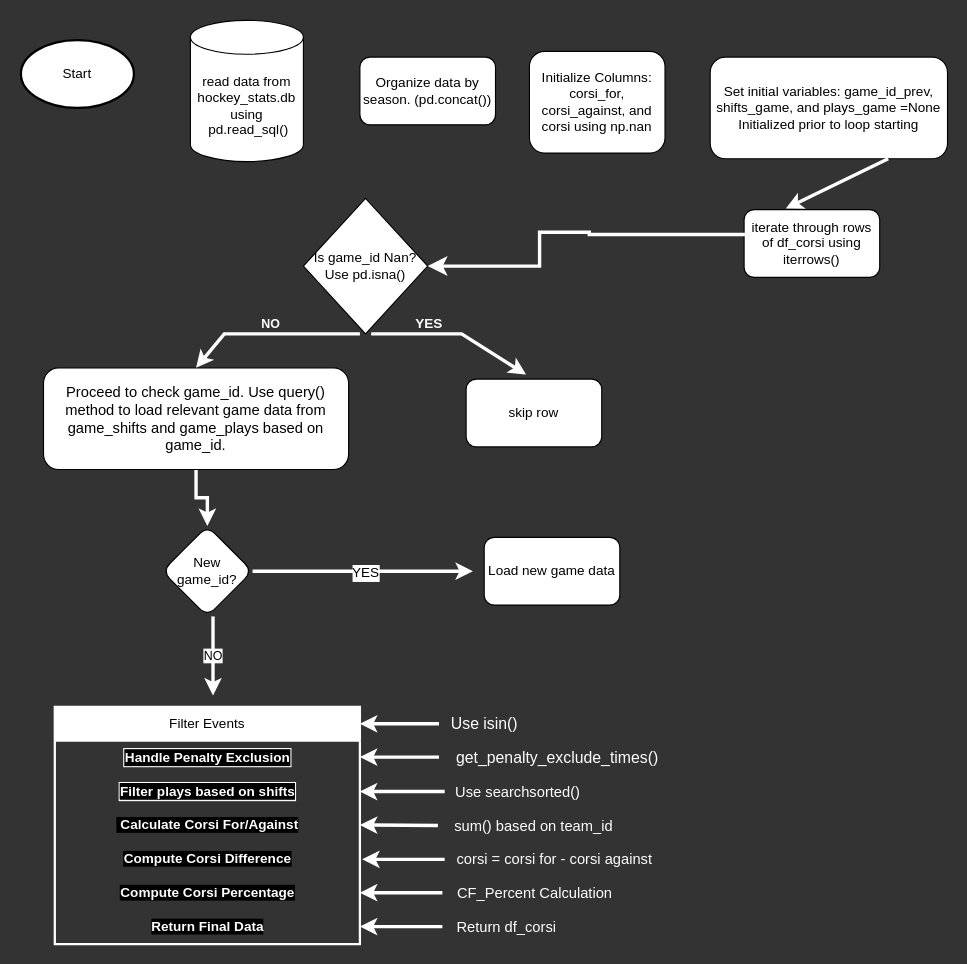
This is flowforcorsi.drawio from ewnike/cost_cup, a draw.io file, before an edit. Source tidied: cells renumbered, new cells numbered last; positions are measured from the earlier drawing's top-left corner, leaving out a move shared by most shapes. Both pictures are drawn from the tidied source at 113%, with x=0, y=0 at pixel (20, 19).
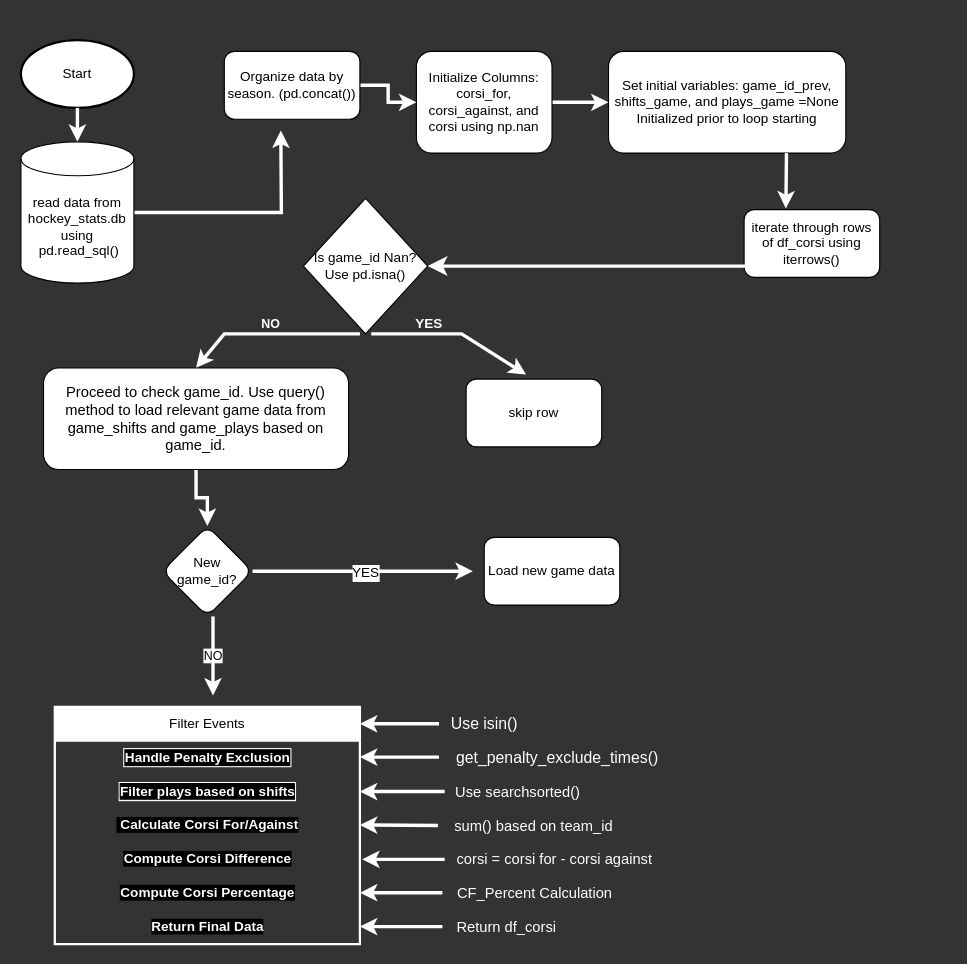
After the change.

Unchanged cells that the change refers to:
```xml
<mxCell id="6" value="iterate through rows of df_corsi using iterrows()" style="rounded=1;whiteSpace=wrap;html=1;labelBackgroundColor=none;" parent="1" vertex="1">
  <mxGeometry x="640" y="168" width="120" height="60" as="geometry" />
</mxCell>
<mxCell id="7" value="Is game_id Nan? Use pd.isna()" style="rhombus;whiteSpace=wrap;html=1;labelBackgroundColor=none;" parent="1" vertex="1">
  <mxGeometry x="250" y="158" width="110" height="120" as="geometry" />
</mxCell>
```

What changed in the source:
```diff
@@
     <mxCell id="3" value="Set initial variables: game_id_prev, shifts_game, and plays_game =None Initialized prior to loop starting" style="rounded=1;whiteSpace=wrap;html=1;fontSize=12;glass=0;strokeWidth=1;shadow=0;labelBackgroundColor=none;" parent="1" vertex="1">
-      <mxGeometry x="610" y="33" width="210" height="90" as="geometry" />
+      <mxGeometry x="520" y="28" width="210" height="90" as="geometry" />
     </mxCell>
@@
+    <mxCell id="45" style="edgeStyle=orthogonalEdgeStyle;rounded=0;jettySize=auto;html=1;strokeColor=#FFFFFF;strokeWidth=3;" parent="1" edge="1" source="5" target="3">
+      <mxGeometry relative="1" as="geometry" />
+    </mxCell>
     <mxCell id="5" value="Initialize Columns: corsi_for, corsi_against, and corsi using np.nan" style="rounded=1;whiteSpace=wrap;html=1;fontSize=12;glass=0;strokeWidth=1;shadow=0;labelBackgroundColor=none;" parent="1" vertex="1">
-      <mxGeometry x="450" y="28" width="120" height="90" as="geometry" />
+      <mxGeometry x="350" y="28" width="120" height="90" as="geometry" />
     </mxCell>
@@
     <mxCell id="24" style="edgeStyle=segmentEdgeStyle;endArrow=classic;html=1;curved=0;rounded=0;endSize=8;startSize=8;sourcePerimeterSpacing=0;targetPerimeterSpacing=0;strokeColor=#FFFFFF;strokeWidth=3;exitX=0.025;exitY=0.367;exitDx=0;exitDy=0;exitPerimeter=0;" parent="1" edge="1" source="6" target="7">
       <mxGeometry relative="1" as="geometry">
         <Array as="points">
-          <mxPoint x="503" y="188" />
-          <mxPoint x="459" y="188" />
-          <mxPoint x="459" y="218" />
+          <mxPoint x="643" y="218" />
         </Array>
       </mxGeometry>
     </mxCell>
@@
+    <mxCell id="46" style="edgeStyle=orthogonalEdgeStyle;rounded=0;jettySize=auto;html=1;exitX=1;exitY=0.5;exitDx=0;exitDy=0;exitPerimeter=0;strokeColor=#FFFFFF;strokeWidth=3;" parent="1" edge="1" source="43">
+      <mxGeometry relative="1" as="geometry">
+        <mxPoint x="230" y="98" as="targetPoint" />
+      </mxGeometry>
+    </mxCell>
     <mxCell id="43" value="read data from hockey_stats.db using &amp;nbsp;pd.read_sql()" style="shape=cylinder3;whiteSpace=wrap;html=1;boundedLbl=1;backgroundOutline=1;size=15;" parent="1" vertex="1">
-      <mxGeometry x="150" y="0.5" width="100" height="125" as="geometry" />
+      <mxGeometry y="108" width="100" height="125" as="geometry" />
     </mxCell>
+    <mxCell id="47" style="edgeStyle=orthogonalEdgeStyle;rounded=0;jettySize=auto;html=1;strokeColor=#FFFFFF;strokeWidth=3;" parent="1" edge="1" source="44" target="5">
+      <mxGeometry relative="1" as="geometry" />
+    </mxCell>
     <mxCell id="44" value="Organize data by season. (pd.concat())" style="rounded=1;whiteSpace=wrap;html=1;" parent="1" vertex="1">
-      <mxGeometry x="300" y="33" width="120" height="60" as="geometry" />
+      <mxGeometry x="180" y="28" width="120" height="60" as="geometry" />
     </mxCell>
+    <mxCell id="48" style="endArrow=classic;html=1;rounded=0;strokeColor=#FFFFFF;strokeWidth=3;" parent="1" edge="1">
+      <mxGeometry relative="1" as="geometry">
+        <mxPoint x="50" y="78" as="sourcePoint" />
+        <mxPoint x="50" y="108" as="targetPoint" />
+      </mxGeometry>
+    </mxCell>
```
